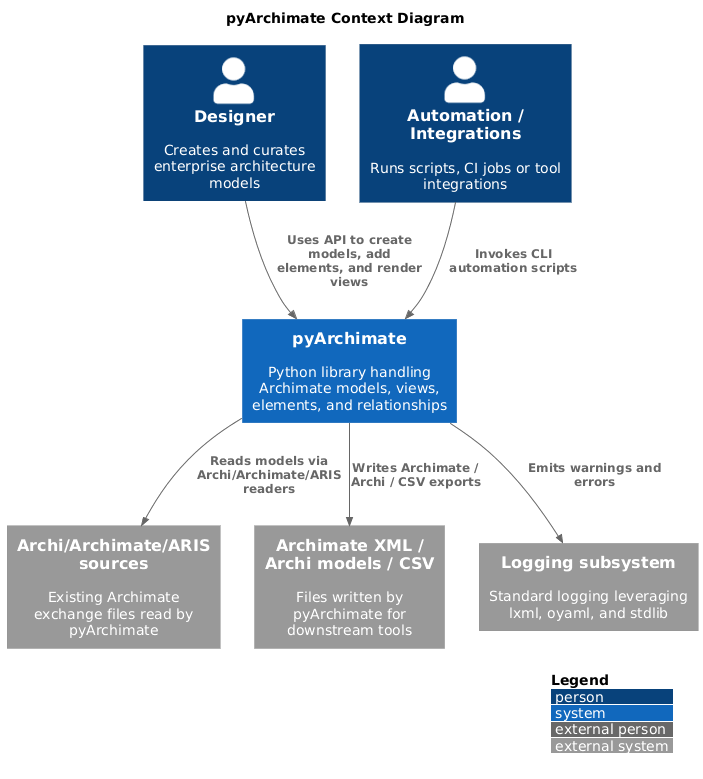
Above: docs/diagrams/c4_context.png in pyArchimate/pyArchimate (PlantUML), before the change. Its diagram source:
```plantuml
@startuml
!includeurl <C4/C4_Context>
title pyArchimate Context Diagram
LAYOUT_WITH_LEGEND()

Person(designer, "Designer", "Creates and curates enterprise architecture models")
Person(automation, "Automation / Integrations", "Runs scripts, CI jobs or tool integrations")

System(pyArchimate, "pyArchimate", "Python library handling Archimate models, views, elements, and relationships")

System_Ext(archiFiles, "Archi/Archimate/ARIS sources", "Existing Archimate exchange files read by pyArchimate")
System_Ext(exportTargets, "Archimate XML / Archi models / CSV", "Files written by pyArchimate for downstream tools")
System_Ext(logging, "Logging subsystem", "Standard logging leveraging lxml, oyaml, and stdlib")

Rel(designer, pyArchimate, "Uses API to create models, add elements, and render views")
Rel(automation, pyArchimate, "Invokes CLI automation scripts")
Rel(pyArchimate, archiFiles, "Reads models via Archi/Archimate/ARIS readers")
Rel(pyArchimate, exportTargets, "Writes Archimate / Archi / CSV exports")
Rel(pyArchimate, logging, "Emits warnings and errors")
@enduml
```
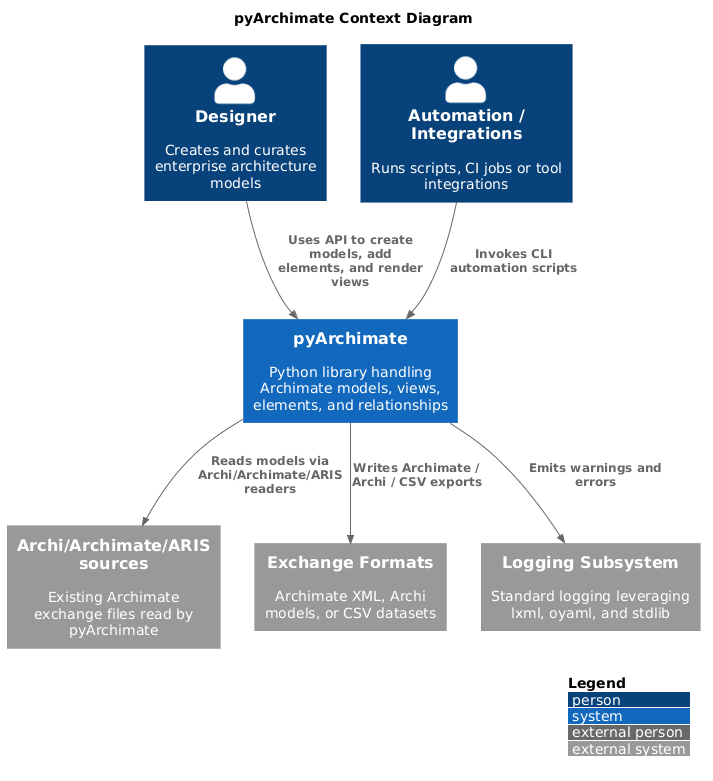
After the change.

Change to the diagram source:
```diff
@@ -9,8 +9,8 @@
 System(pyArchimate, "pyArchimate", "Python library handling Archimate models, views, elements, and relationships")
 
 System_Ext(archiFiles, "Archi/Archimate/ARIS sources", "Existing Archimate exchange files read by pyArchimate")
-System_Ext(exportTargets, "Archimate XML / Archi models / CSV", "Files written by pyArchimate for downstream tools")
-System_Ext(logging, "Logging subsystem", "Standard logging leveraging lxml, oyaml, and stdlib")
+System_Ext(exportTargets, "Exchange Formats", "Archimate XML, Archi models, or CSV datasets")
+System_Ext(logging, "Logging Subsystem", "Standard logging leveraging lxml, oyaml, and stdlib")
 
 Rel(designer, pyArchimate, "Uses API to create models, add elements, and render views")
 Rel(automation, pyArchimate, "Invokes CLI automation scripts")
```
